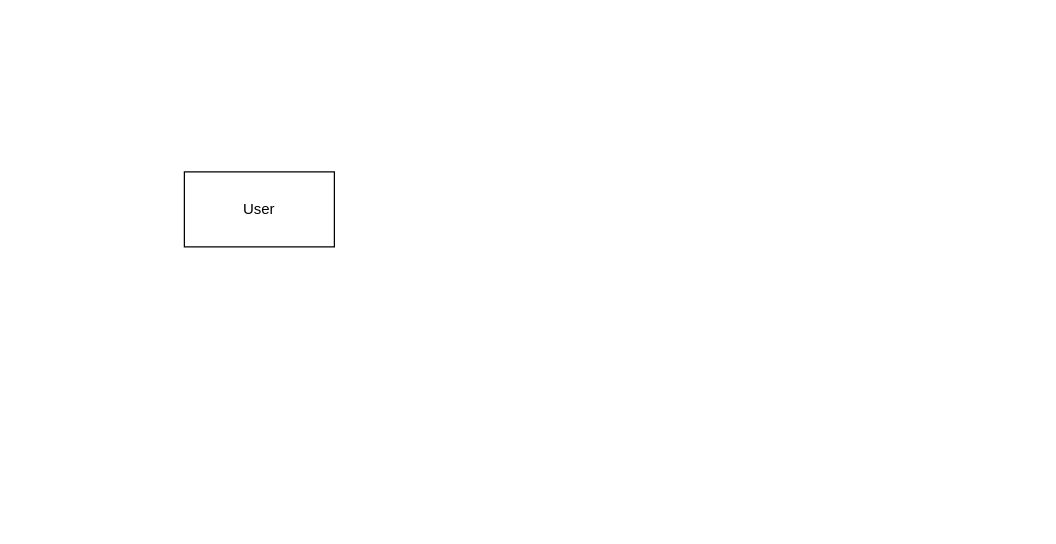
Before: Untitled Diagram.drawio in FegelSamuel/Agora-Bloom, a draw.io diagram. Source tidied: cells renumbered, new cells numbered last; positions are measured from the earlier drawing's top-left corner, leaving out a move shared by most shapes. Both pictures are drawn from the tidied source at 125%, with x=0, y=0 at pixel (184, 171).
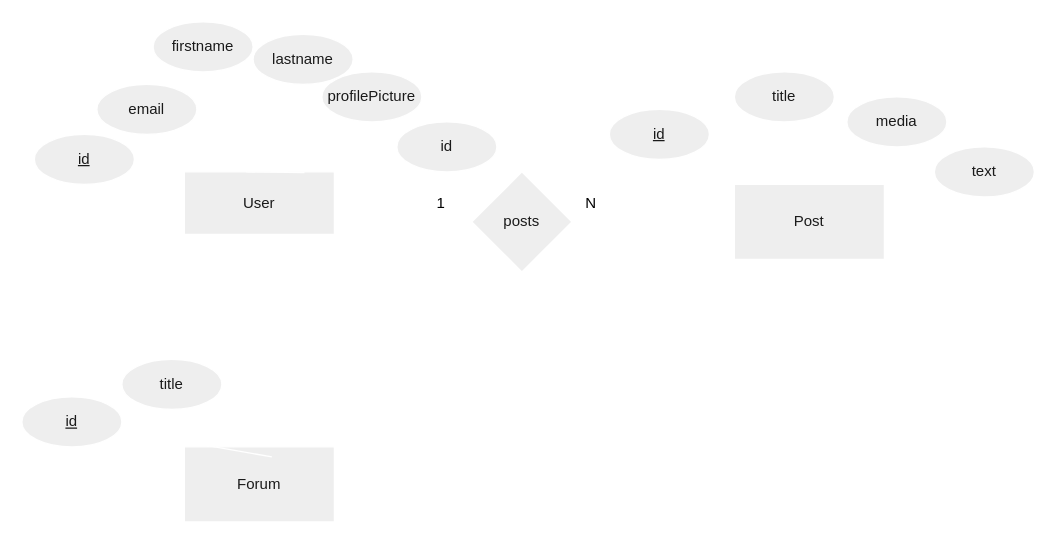
After the change.

Change to the diagram source:
```diff
@@
-<mxGraphModel>
+<mxGraphModel background="light-dark(#FFFFFF,#FFFFFF)">
@@
-    <mxCell id="2" value="User" style="rounded=0;whiteSpace=wrap;html=1;" parent="1" vertex="1">
-      <mxGeometry width="120" height="60" as="geometry" />
+    <mxCell id="2" value="&lt;span style=&quot;&quot;&gt;User&lt;/span&gt;" style="rounded=0;whiteSpace=wrap;html=1;fillColor=#EEEEEE;strokeColor=#FFFFFF;fontColor=#1A1A1A;labelBackgroundColor=none;" parent="1" vertex="1">
+      <mxGeometry width="120" height="50" as="geometry" />
     </mxCell>
+    <mxCell id="3" style="endArrow=none;html=1;rounded=0;exitX=-0.004;exitY=0.162;exitDx=0;exitDy=0;exitPerimeter=0;strokeColor=#FFFFFF;fontColor=default;labelBackgroundColor=none;" parent="1" edge="1" source="2" target="4">
+      <mxGeometry relative="1" as="geometry" />
+    </mxCell>
+    <mxCell id="4" value="&lt;u&gt;id&lt;/u&gt;" style="ellipse;whiteSpace=wrap;html=1;strokeColor=#FFFFFF;fontColor=#1A1A1A;fillColor=#EEEEEE;labelBackgroundColor=none;" parent="1" vertex="1">
+      <mxGeometry x="-120" y="-30" width="80" height="40" as="geometry" />
+    </mxCell>
+    <mxCell id="5" value="email" style="ellipse;whiteSpace=wrap;html=1;strokeColor=#FFFFFF;fontColor=#1A1A1A;fillColor=#EEEEEE;labelBackgroundColor=none;" parent="1" vertex="1">
+      <mxGeometry x="-70" y="-70" width="80" height="40" as="geometry" />
+    </mxCell>
+    <mxCell id="6" value="firstname" style="ellipse;whiteSpace=wrap;html=1;strokeColor=#FFFFFF;fontColor=#1A1A1A;fillColor=#EEEEEE;labelBackgroundColor=none;" parent="1" vertex="1">
+      <mxGeometry x="-25" y="-120" width="80" height="40" as="geometry" />
+    </mxCell>
+    <mxCell id="7" value="lastname" style="ellipse;whiteSpace=wrap;html=1;strokeColor=#FFFFFF;fontColor=#1A1A1A;fillColor=#EEEEEE;labelBackgroundColor=none;" parent="1" vertex="1">
+      <mxGeometry x="55" y="-110" width="80" height="40" as="geometry" />
+    </mxCell>
+    <mxCell id="8" value="profilePicture" style="ellipse;whiteSpace=wrap;html=1;strokeColor=#FFFFFF;fontColor=#1A1A1A;fillColor=#EEEEEE;labelBackgroundColor=none;" parent="1" vertex="1">
+      <mxGeometry x="110" y="-80" width="80" height="40" as="geometry" />
+    </mxCell>
+    <mxCell id="9" style="endArrow=none;html=1;rounded=0;exitX=0;exitY=1;exitDx=0;exitDy=0;strokeColor=#FFFFFF;fontColor=default;labelBackgroundColor=none;" parent="1" edge="1" source="8">
+      <mxGeometry relative="1" as="geometry">
+        <mxPoint x="90" y="-1" as="targetPoint" />
+      </mxGeometry>
+    </mxCell>
+    <mxCell id="10" style="endArrow=none;html=1;rounded=0;entryX=0.315;entryY=1;entryDx=0;entryDy=0;entryPerimeter=0;strokeColor=#FFFFFF;fontColor=default;labelBackgroundColor=none;" parent="1" edge="1" target="7">
+      <mxGeometry relative="1" as="geometry">
+        <mxPoint x="70" y="-1" as="sourcePoint" />
+      </mxGeometry>
+    </mxCell>
+    <mxCell id="11" style="endArrow=none;html=1;rounded=0;entryX=0.8;entryY=0.013;entryDx=0;entryDy=0;entryPerimeter=0;strokeColor=#FFFFFF;fontColor=default;labelBackgroundColor=none;" parent="1" edge="1" source="6" target="2">
+      <mxGeometry relative="1" as="geometry">
+        <Array as="points">
+          <mxPoint x="50" />
+        </Array>
+      </mxGeometry>
+    </mxCell>
+    <mxCell id="12" style="endArrow=none;html=1;rounded=0;entryX=0.211;entryY=-0.06;entryDx=0;entryDy=0;entryPerimeter=0;strokeColor=#FFFFFF;fontColor=default;labelBackgroundColor=none;" parent="1" edge="1" source="5" target="2">
+      <mxGeometry relative="1" as="geometry" />
+    </mxCell>
+    <mxCell id="13" value="id" style="ellipse;whiteSpace=wrap;html=1;strokeColor=#FFFFFF;fontColor=#1A1A1A;fillColor=#EEEEEE;labelBackgroundColor=none;" parent="1" vertex="1">
+      <mxGeometry x="170" y="-40" width="80" height="40" as="geometry" />
+    </mxCell>
+    <mxCell id="14" style="endArrow=none;html=1;rounded=0;entryX=0;entryY=1;entryDx=0;entryDy=0;exitX=1;exitY=0.25;exitDx=0;exitDy=0;strokeColor=#FFFFFF;fontColor=default;labelBackgroundColor=none;" parent="1" edge="1" source="2" target="13">
+      <mxGeometry relative="1" as="geometry" />
+    </mxCell>
+    <mxCell id="15" style="endArrow=none;html=1;rounded=0;entryX=1;entryY=0.5;entryDx=0;entryDy=0;exitX=0;exitY=0.5;exitDx=0;exitDy=0;strokeColor=#FFFFFF;fontColor=default;labelBackgroundColor=none;" parent="1" edge="1" source="16" target="2">
+      <mxGeometry relative="1" as="geometry" />
+    </mxCell>
+    <mxCell id="16" value="posts" style="rhombus;whiteSpace=wrap;html=1;strokeColor=#FFFFFF;fontColor=#1A1A1A;fillColor=#EEEEEE;labelBackgroundColor=none;" parent="1" vertex="1">
+      <mxGeometry x="230" width="80" height="80" as="geometry" />
+    </mxCell>
+    <mxCell id="17" style="endArrow=none;html=1;rounded=0;exitX=1;exitY=0.5;exitDx=0;exitDy=0;strokeColor=#FFFFFF;fontColor=default;labelBackgroundColor=none;" parent="1" edge="1" source="16">
+      <mxGeometry relative="1" as="geometry">
+        <mxPoint x="440" y="40" as="targetPoint" />
+      </mxGeometry>
+    </mxCell>
+    <mxCell id="18" value="1" style="text;html=1;align=center;verticalAlign=middle;strokeColor=none;fillColor=none;fontColor=light-dark(#000000,#000000);" parent="1" vertex="1">
+      <mxGeometry x="190" y="10" width="30" height="30" as="geometry" />
+    </mxCell>
+    <mxCell id="19" value="&lt;span style=&quot;caret-color: rgba(0, 0, 0, 0);&quot;&gt;N&lt;/span&gt;" style="text;html=1;align=center;verticalAlign=middle;strokeColor=none;fillColor=none;fontColor=light-dark(#000000,#000000);" parent="1" vertex="1">
+      <mxGeometry x="310" y="10" width="30" height="30" as="geometry" />
+    </mxCell>
+    <mxCell id="20" value="Post" style="rounded=0;whiteSpace=wrap;html=1;strokeColor=#FFFFFF;fontColor=#1A1A1A;fillColor=#EEEEEE;" parent="1" vertex="1">
+      <mxGeometry x="440" y="10" width="120" height="60" as="geometry" />
+    </mxCell>
+    <mxCell id="21" style="endArrow=none;html=1;rounded=0;strokeColor=#FFFFFF;fontColor=#FFFFFF;entryX=1;entryY=1;entryDx=0;entryDy=0;" parent="1" edge="1" target="22">
+      <mxGeometry relative="1" as="geometry">
+        <mxPoint x="450" y="10" as="sourcePoint" />
+      </mxGeometry>
+    </mxCell>
+    <mxCell id="22" value="&lt;u&gt;id&lt;/u&gt;" style="ellipse;whiteSpace=wrap;html=1;strokeColor=#FFFFFF;fontColor=#1A1A1A;fillColor=#EEEEEE;labelBackgroundColor=none;" parent="1" vertex="1">
+      <mxGeometry x="340" y="-50" width="80" height="40" as="geometry" />
+    </mxCell>
+    <mxCell id="23" value="title" style="ellipse;whiteSpace=wrap;html=1;strokeColor=#FFFFFF;fontColor=#1A1A1A;fillColor=#EEEEEE;labelBackgroundColor=none;" parent="1" vertex="1">
+      <mxGeometry x="440" y="-80" width="80" height="40" as="geometry" />
+    </mxCell>
+    <mxCell id="24" value="media" style="ellipse;whiteSpace=wrap;html=1;strokeColor=#FFFFFF;fontColor=#1A1A1A;fillColor=#EEEEEE;labelBackgroundColor=none;" parent="1" vertex="1">
+      <mxGeometry x="530" y="-60" width="80" height="40" as="geometry" />
+    </mxCell>
+    <mxCell id="25" value="text" style="ellipse;whiteSpace=wrap;html=1;strokeColor=#FFFFFF;fontColor=#1A1A1A;fillColor=#EEEEEE;labelBackgroundColor=none;" parent="1" vertex="1">
+      <mxGeometry x="600" y="-20" width="80" height="40" as="geometry" />
+    </mxCell>
+    <mxCell id="26" style="endArrow=none;html=1;rounded=0;strokeColor=#FFFFFF;fontColor=#FFFFFF;entryX=0.25;entryY=0;entryDx=0;entryDy=0;exitX=0.5;exitY=1;exitDx=0;exitDy=0;" parent="1" edge="1" source="23" target="20">
+      <mxGeometry relative="1" as="geometry" />
+    </mxCell>
+    <mxCell id="27" style="endArrow=none;html=1;rounded=0;strokeColor=#FFFFFF;fontColor=#FFFFFF;entryX=0.75;entryY=0;entryDx=0;entryDy=0;exitX=0.362;exitY=0.988;exitDx=0;exitDy=0;exitPerimeter=0;" parent="1" edge="1" source="24" target="20">
+      <mxGeometry relative="1" as="geometry" />
+    </mxCell>
+    <mxCell id="28" style="endArrow=none;html=1;rounded=0;strokeColor=#FFFFFF;fontColor=#FFFFFF;entryX=1.01;entryY=0.338;entryDx=0;entryDy=0;entryPerimeter=0;exitX=0;exitY=0.5;exitDx=0;exitDy=0;" parent="1" edge="1" source="25" target="20">
+      <mxGeometry relative="1" as="geometry" />
+    </mxCell>
+    <mxCell id="29" value="Forum" style="rounded=0;whiteSpace=wrap;html=1;strokeColor=#FFFFFF;fontColor=#1A1A1A;fillColor=#EEEEEE;" parent="1" vertex="1">
+      <mxGeometry y="220" width="120" height="60" as="geometry" />
+    </mxCell>
+    <mxCell id="30" style="endArrow=none;html=1;rounded=0;exitX=-0.004;exitY=0.162;exitDx=0;exitDy=0;exitPerimeter=0;strokeColor=#FFFFFF;fontColor=default;labelBackgroundColor=none;" parent="1" edge="1" target="31">
+      <mxGeometry relative="1" as="geometry">
+        <mxPoint x="70" y="228" as="sourcePoint" />
+      </mxGeometry>
+    </mxCell>
+    <mxCell id="31" value="&lt;u&gt;id&lt;/u&gt;" style="ellipse;whiteSpace=wrap;html=1;strokeColor=#FFFFFF;fontColor=#1A1A1A;fillColor=#EEEEEE;labelBackgroundColor=none;" parent="1" vertex="1">
+      <mxGeometry x="-130" y="180" width="80" height="40" as="geometry" />
+    </mxCell>
+    <mxCell id="32" value="title" style="ellipse;whiteSpace=wrap;html=1;strokeColor=#FFFFFF;fontColor=#1A1A1A;fillColor=#EEEEEE;labelBackgroundColor=none;" parent="1" vertex="1">
+      <mxGeometry x="-50" y="150" width="80" height="40" as="geometry" />
+    </mxCell>
+    <mxCell id="33" style="endArrow=none;html=1;rounded=0;strokeColor=#FFFFFF;fontColor=#FFFFFF;exitX=0.333;exitY=0;exitDx=0;exitDy=0;exitPerimeter=0;entryX=1;entryY=1;entryDx=0;entryDy=0;" parent="1" edge="1" source="29" target="32">
+      <mxGeometry relative="1" as="geometry" />
+    </mxCell>
```
